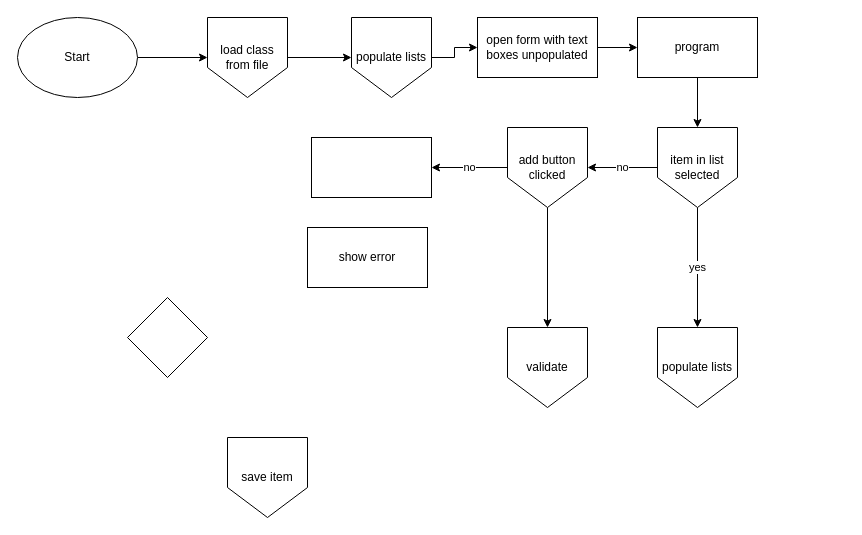
NPITX-programs/AdressBook keeps this draw.io diagram as .github/Refferences/flowchart.drawio. Above is the earlier version. Source tidied: cells renumbered, new cells numbered last; positions are measured from the earlier drawing's top-left corner, leaving out a move shared by most shapes. Both pictures are drawn from the tidied source at 100%, with x=0, y=0 at pixel (17, 17).
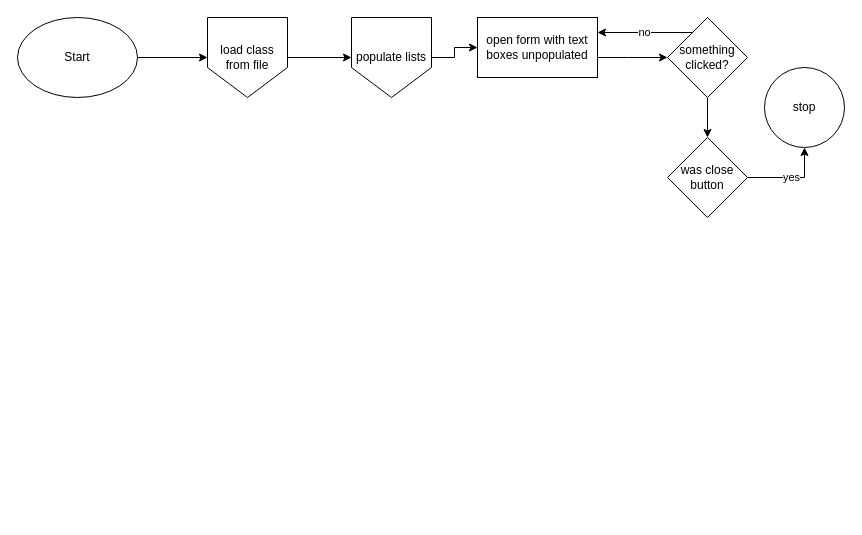
Above is the later version.

The change refers to these unchanged cells:
```xml
<mxCell id="9" value="open form with text boxes unpopulated" style="rounded=0;whiteSpace=wrap;html=1;" parent="1" vertex="1">
  <mxGeometry x="460" width="120" height="60" as="geometry" />
</mxCell>
```

What changed in the source:
```diff
@@
-    <mxCell id="8" style="edgeStyle=orthogonalEdgeStyle;rounded=0;jettySize=auto;html=1;" parent="1" edge="1" source="9" target="11">
-      <mxGeometry relative="1" as="geometry" />
-    </mxCell>
+    <mxCell id="24" style="edgeStyle=orthogonalEdgeStyle;rounded=0;jettySize=auto;html=1;" parent="1" edge="1" source="9" target="27">
+      <mxGeometry relative="1" as="geometry">
+        <Array as="points">
+          <mxPoint x="610" y="40" />
+          <mxPoint x="610" y="40" />
+        </Array>
+      </mxGeometry>
+    </mxCell>
@@
-    <mxCell id="10" style="edgeStyle=orthogonalEdgeStyle;rounded=0;jettySize=auto;html=1;" parent="1" edge="1" source="11" target="14">
-      <mxGeometry relative="1" as="geometry" />
-    </mxCell>
-    <mxCell id="11" value="program" style="rounded=0;whiteSpace=wrap;html=1;" parent="1" vertex="1">
-      <mxGeometry x="620" width="120" height="60" as="geometry" />
-    </mxCell>
-    <mxCell id="12" value="no" style="edgeStyle=orthogonalEdgeStyle;rounded=0;jettySize=auto;html=1;" parent="1" edge="1" source="14" target="17">
-      <mxGeometry relative="1" as="geometry" />
-    </mxCell>
-    <mxCell id="13" value="yes" style="edgeStyle=orthogonalEdgeStyle;rounded=0;jettySize=auto;html=1;" parent="1" edge="1" source="14" target="18">
+    <mxCell id="13" value="yes" style="edgeStyle=orthogonalEdgeStyle;rounded=0;jettySize=auto;html=1;entryX=0.5;entryY=1;entryDx=0;entryDy=0;" parent="1" edge="1" source="23" target="28">
       <mxGeometry relative="1" as="geometry" />
     </mxCell>
-    <mxCell id="14" value="item in list selected" style="shape=offPageConnector;whiteSpace=wrap;html=1;" parent="1" vertex="1">
-      <mxGeometry x="640" y="110" width="80" height="80" as="geometry" />
-    </mxCell>
-    <mxCell id="15" style="edgeStyle=orthogonalEdgeStyle;rounded=0;jettySize=auto;html=1;" parent="1" edge="1" source="17" target="21">
-      <mxGeometry relative="1" as="geometry" />
-    </mxCell>
-    <mxCell id="16" value="no" style="edgeStyle=orthogonalEdgeStyle;rounded=0;jettySize=auto;html=1;" parent="1" edge="1" source="17" target="20">
-      <mxGeometry relative="1" as="geometry" />
-    </mxCell>
-    <mxCell id="17" value="add button clicked" style="shape=offPageConnector;whiteSpace=wrap;html=1;" parent="1" vertex="1">
-      <mxGeometry x="490" y="110" width="80" height="80" as="geometry" />
-    </mxCell>
-    <mxCell id="18" value="populate lists" style="shape=offPageConnector;whiteSpace=wrap;html=1;" parent="1" vertex="1">
-      <mxGeometry x="640" y="310" width="80" height="80" as="geometry" />
-    </mxCell>
-    <mxCell id="19" value="save item" style="shape=offPageConnector;whiteSpace=wrap;html=1;" parent="1" vertex="1">
-      <mxGeometry x="210" y="420" width="80" height="80" as="geometry" />
-    </mxCell>
-    <mxCell id="20" style="rounded=0;whiteSpace=wrap;html=1;" parent="1" vertex="1">
-      <mxGeometry x="294" y="120" width="120" height="60" as="geometry" />
-    </mxCell>
-    <mxCell id="21" value="validate" style="shape=offPageConnector;whiteSpace=wrap;html=1;" parent="1" vertex="1">
-      <mxGeometry x="490" y="310" width="80" height="80" as="geometry" />
-    </mxCell>
-    <mxCell id="22" value="show error" style="rounded=0;whiteSpace=wrap;html=1;" parent="1" vertex="1">
-      <mxGeometry x="290" y="210" width="120" height="60" as="geometry" />
-    </mxCell>
-    <mxCell id="23" style="rhombus;whiteSpace=wrap;html=1;" parent="1" vertex="1">
-      <mxGeometry x="110" y="280" width="80" height="80" as="geometry" />
+    <mxCell id="23" value="was close button" style="rhombus;whiteSpace=wrap;html=1;" parent="1" vertex="1">
+      <mxGeometry x="650" y="120" width="80" height="80" as="geometry" />
     </mxCell>
+    <mxCell id="25" value="no" style="edgeStyle=orthogonalEdgeStyle;rounded=0;jettySize=auto;html=1;entryX=1;entryY=0.25;entryDx=0;entryDy=0;" parent="1" edge="1" source="27" target="9">
+      <mxGeometry relative="1" as="geometry">
+        <Array as="points">
+          <mxPoint x="660" y="15" />
+          <mxPoint x="660" y="15" />
+        </Array>
+      </mxGeometry>
+    </mxCell>
+    <mxCell id="26" style="edgeStyle=orthogonalEdgeStyle;rounded=0;jettySize=auto;html=1;" parent="1" edge="1" source="27" target="23">
+      <mxGeometry relative="1" as="geometry" />
+    </mxCell>
+    <mxCell id="27" value="something clicked?" style="rhombus;whiteSpace=wrap;html=1;" parent="1" vertex="1">
+      <mxGeometry x="650" width="80" height="80" as="geometry" />
+    </mxCell>
+    <mxCell id="28" value="stop" style="ellipse;whiteSpace=wrap;html=1;" parent="1" vertex="1">
+      <mxGeometry x="747" y="50" width="80" height="80" as="geometry" />
+    </mxCell>
```
